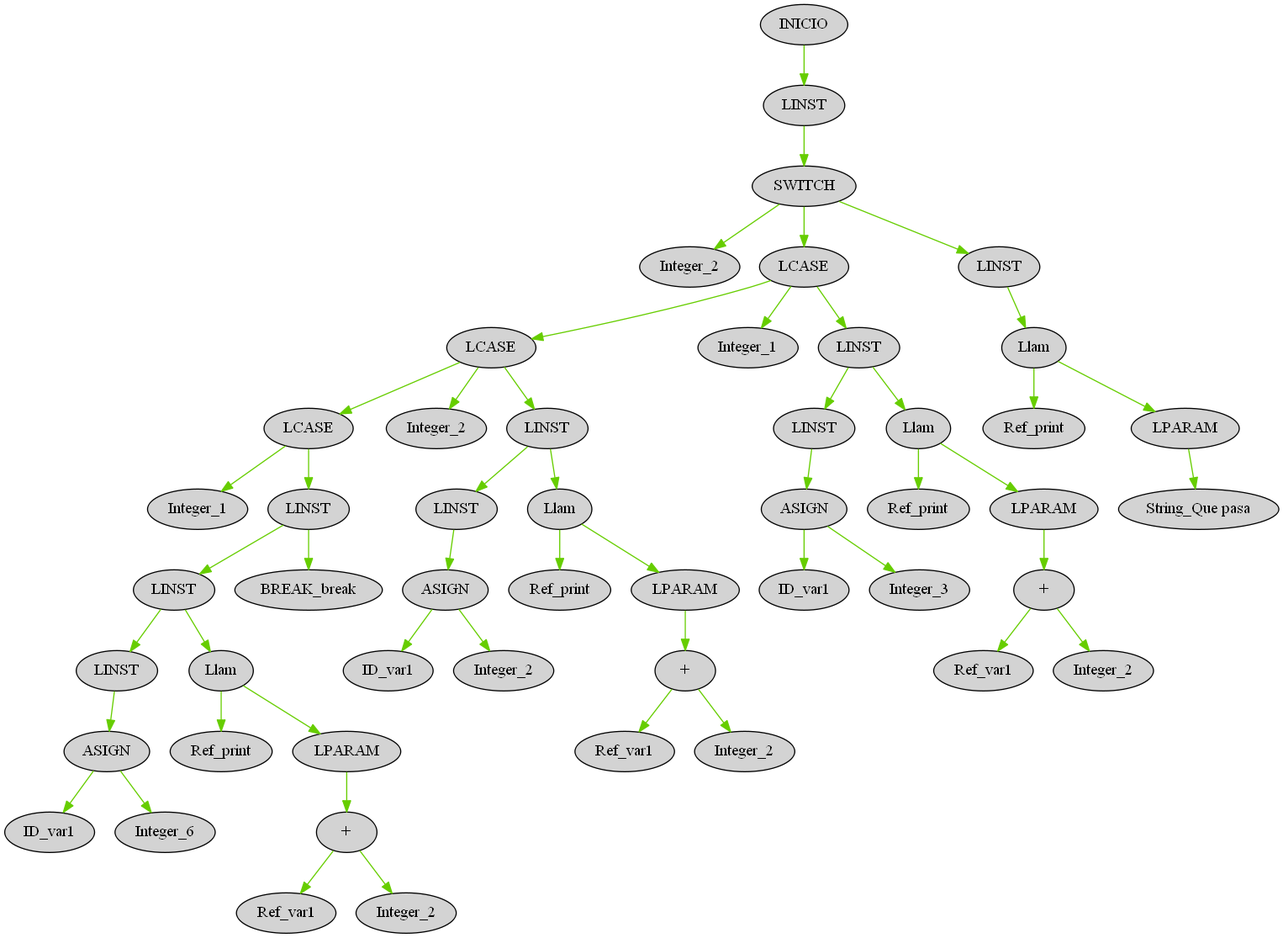
ElmerAlay/OLC21P2020 keeps this Graphviz diagram as OLC2P12020/AST_proyecto.png. Above is the earlier version. Its source is kept beside it as OLC2P12020/AST_proyecto.dot.
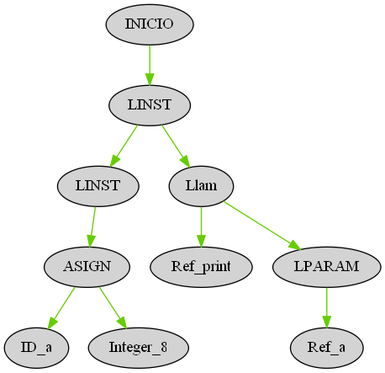
After the commit.

Change to the diagram source:
```diff
@@ -1,151 +1,31 @@
 digraph G { node[shape=oval, style=filled, collor=coral]; edge[color=chartreuse3]; rankdir=UD
 
-"197" [label="INICIO"]
-"196" [label="LINST"]
-"197" -> "196"
-"196" [label="LINST"]
-"195" [label="SWITCH"]
-"196" -> "195"
-"195" [label="SWITCH"]
-"148" [label="Integer_2"]
-"195" -> "148"
-"195" [label="SWITCH"]
-"189" [label="LCASE"]
-"195" -> "189"
-"189" [label="LCASE"]
-"176" [label="LCASE"]
-"189" -> "176"
-"176" [label="LCASE"]
-"163" [label="LCASE"]
-"176" -> "163"
-"163" [label="LCASE"]
-"149" [label="Integer_1"]
-"163" -> "149"
-"163" [label="LCASE"]
-"162" [label="LINST"]
-"163" -> "162"
-"162" [label="LINST"]
-"160" [label="LINST"]
-"162" -> "160"
-"160" [label="LINST"]
-"153" [label="LINST"]
-"160" -> "153"
-"153" [label="LINST"]
-"152" [label="ASIGN"]
-"153" -> "152"
-"152" [label="ASIGN"]
-"151" [label="ID_var1"]
-"152" -> "151"
-"152" [label="ASIGN"]
-"150" [label="Integer_6"]
-"152" -> "150"
-"160" [label="LINST"]
-"159" [label="Llam"]
-"160" -> "159"
-"159" [label="Llam"]
-"158" [label="Ref_print"]
-"159" -> "158"
-"159" [label="Llam"]
-"157" [label="LPARAM"]
-"159" -> "157"
-"157" [label="LPARAM"]
-"156" [label="+"]
-"157" -> "156"
-"156" [label="+"]
-"154" [label="Ref_var1"]
-"156" -> "154"
-"156" [label="+"]
-"155" [label="Integer_2"]
-"156" -> "155"
-"162" [label="LINST"]
-"161" [label="BREAK_break"]
-"162" -> "161"
-"176" [label="LCASE"]
-"164" [label="Integer_2"]
-"176" -> "164"
-"176" [label="LCASE"]
-"175" [label="LINST"]
-"176" -> "175"
-"175" [label="LINST"]
-"168" [label="LINST"]
-"175" -> "168"
-"168" [label="LINST"]
-"167" [label="ASIGN"]
-"168" -> "167"
-"167" [label="ASIGN"]
-"166" [label="ID_var1"]
-"167" -> "166"
-"167" [label="ASIGN"]
-"165" [label="Integer_2"]
-"167" -> "165"
-"175" [label="LINST"]
-"174" [label="Llam"]
-"175" -> "174"
-"174" [label="Llam"]
-"173" [label="Ref_print"]
-"174" -> "173"
-"174" [label="Llam"]
-"172" [label="LPARAM"]
-"174" -> "172"
-"172" [label="LPARAM"]
-"171" [label="+"]
-"172" -> "171"
-"171" [label="+"]
-"169" [label="Ref_var1"]
-"171" -> "169"
-"171" [label="+"]
-"170" [label="Integer_2"]
-"171" -> "170"
-"189" [label="LCASE"]
-"177" [label="Integer_1"]
-"189" -> "177"
-"189" [label="LCASE"]
-"188" [label="LINST"]
-"189" -> "188"
-"188" [label="LINST"]
-"181" [label="LINST"]
-"188" -> "181"
-"181" [label="LINST"]
-"180" [label="ASIGN"]
-"181" -> "180"
-"180" [label="ASIGN"]
-"179" [label="ID_var1"]
-"180" -> "179"
-"180" [label="ASIGN"]
-"178" [label="Integer_3"]
-"180" -> "178"
-"188" [label="LINST"]
-"187" [label="Llam"]
-"188" -> "187"
-"187" [label="Llam"]
-"186" [label="Ref_print"]
-"187" -> "186"
-"187" [label="Llam"]
-"185" [label="LPARAM"]
-"187" -> "185"
-"185" [label="LPARAM"]
-"184" [label="+"]
-"185" -> "184"
-"184" [label="+"]
-"182" [label="Ref_var1"]
-"184" -> "182"
-"184" [label="+"]
-"183" [label="Integer_2"]
-"184" -> "183"
-"195" [label="SWITCH"]
-"194" [label="LINST"]
-"195" -> "194"
-"194" [label="LINST"]
-"193" [label="Llam"]
-"194" -> "193"
-"193" [label="Llam"]
-"192" [label="Ref_print"]
-"193" -> "192"
-"193" [label="Llam"]
-"191" [label="LPARAM"]
-"193" -> "191"
-"191" [label="LPARAM"]
-"190" [label="String_Que pasa"]
-"191" -> "190"
+"49" [label="INICIO"]
+"48" [label="LINST"]
+"49" -> "48"
+"48" [label="LINST"]
+"43" [label="LINST"]
+"48" -> "43"
+"43" [label="LINST"]
+"42" [label="ASIGN"]
+"43" -> "42"
+"42" [label="ASIGN"]
+"41" [label="ID_a"]
+"42" -> "41"
+"42" [label="ASIGN"]
+"40" [label="Integer_8"]
+"42" -> "40"
+"48" [label="LINST"]
+"47" [label="Llam"]
+"48" -> "47"
+"47" [label="Llam"]
+"46" [label="Ref_print"]
+"47" -> "46"
+"47" [label="Llam"]
+"45" [label="LPARAM"]
+"47" -> "45"
+"45" [label="LPARAM"]
+"44" [label="Ref_a"]
+"45" -> "44"
 
 }
```
